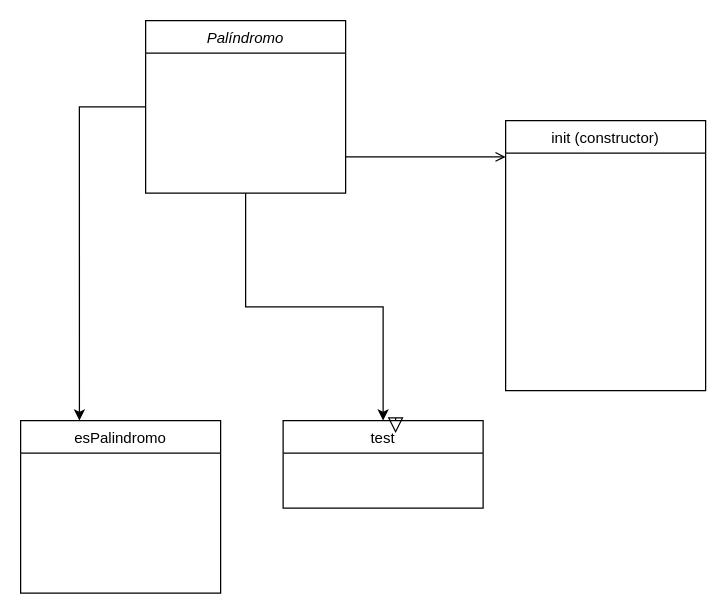
Before: Práctica_1/Diagrama sin título.drawio in Valdi183/Palindromo_python, a draw.io diagram. Source tidied: cells renumbered, new cells numbered last; positions are measured from the earlier drawing's top-left corner, leaving out a move shared by most shapes. Both pictures are drawn from the tidied source at 125%, with x=0, y=0 at pixel (20, 20).
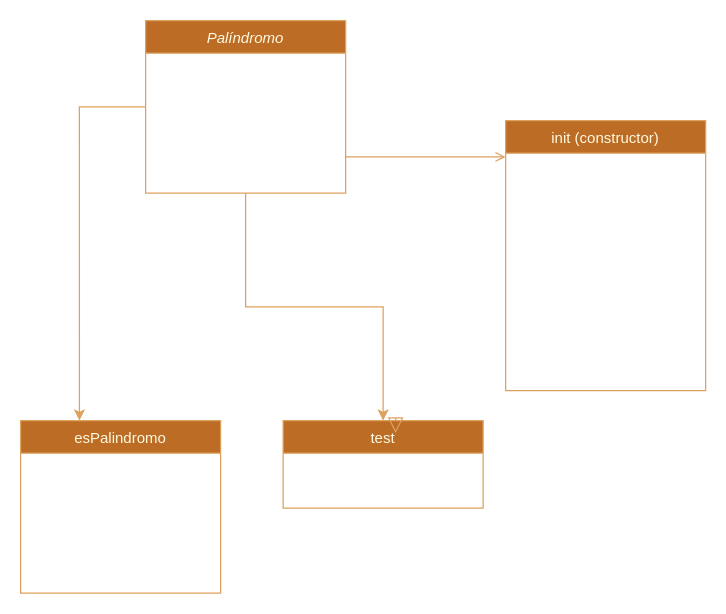
Above is the later version.

Commit message:
Actualizar Diagrama palindromo.drawio

The edit, as a diff of the source:
```diff
@@
 <mxGraphModel>
   <root>
     <mxCell id="0" />
     <mxCell id="1" parent="0" />
-    <mxCell id="2" style="edgeStyle=orthogonalEdgeStyle;rounded=0;jettySize=auto;html=1;" parent="1" edge="1" source="3" target="5">
+    <mxCell id="2" style="edgeStyle=orthogonalEdgeStyle;rounded=0;jettySize=auto;html=1;labelBackgroundColor=none;strokeColor=#DDA15E;fontColor=default;" parent="1" edge="1" source="3" target="5">
       <mxGeometry relative="1" as="geometry" />
     </mxCell>
-    <mxCell id="3" value="Palíndromo" style="swimlane;fontStyle=2;align=center;verticalAlign=top;horizontal=1;startSize=26;rounded=0;shadow=0;strokeWidth=1;" parent="1" vertex="1">
+    <mxCell id="3" value="Palíndromo" style="swimlane;fontStyle=2;align=center;verticalAlign=top;horizontal=1;startSize=26;rounded=0;shadow=0;strokeWidth=1;labelBackgroundColor=none;fillColor=#BC6C25;strokeColor=#DDA15E;fontColor=#FEFAE0;" parent="1" vertex="1">
       <mxGeometry x="100" width="160" height="138" as="geometry" />
     </mxCell>
-    <mxCell id="4" value="esPalindromo" style="swimlane;fontStyle=0;align=center;verticalAlign=top;horizontal=1;startSize=26;rounded=0;shadow=0;strokeWidth=1;" parent="1" vertex="1">
+    <mxCell id="4" value="esPalindromo" style="swimlane;fontStyle=0;align=center;verticalAlign=top;horizontal=1;startSize=26;rounded=0;shadow=0;strokeWidth=1;labelBackgroundColor=none;fillColor=#BC6C25;strokeColor=#DDA15E;fontColor=#FEFAE0;" parent="1" vertex="1">
       <mxGeometry y="320" width="160" height="138" as="geometry" />
     </mxCell>
-    <mxCell id="5" value="test" style="swimlane;fontStyle=0;align=center;verticalAlign=top;horizontal=1;startSize=26;rounded=0;shadow=0;strokeWidth=1;" parent="1" vertex="1">
+    <mxCell id="5" value="test" style="swimlane;fontStyle=0;align=center;verticalAlign=top;horizontal=1;startSize=26;rounded=0;shadow=0;strokeWidth=1;labelBackgroundColor=none;fillColor=#BC6C25;strokeColor=#DDA15E;fontColor=#FEFAE0;" parent="1" vertex="1">
       <mxGeometry x="210" y="320" width="160" height="70" as="geometry" />
     </mxCell>
-    <mxCell id="6" style="endArrow=block;endSize=10;endFill=0;shadow=0;strokeWidth=1;rounded=0;curved=0;edgeStyle=elbowEdgeStyle;elbow=vertical;" parent="1" edge="1" source="5">
+    <mxCell id="6" style="endArrow=block;endSize=10;endFill=0;shadow=0;strokeWidth=1;rounded=0;curved=0;edgeStyle=elbowEdgeStyle;elbow=vertical;labelBackgroundColor=none;strokeColor=#DDA15E;fontColor=default;" parent="1" edge="1" source="5">
       <mxGeometry relative="1" as="geometry">
         <mxPoint x="300" y="330" as="targetPoint" />
       </mxGeometry>
     </mxCell>
-    <mxCell id="7" value="init (constructor)" style="swimlane;fontStyle=0;align=center;verticalAlign=top;horizontal=1;startSize=26;rounded=0;shadow=0;strokeWidth=1;" parent="1" vertex="1">
+    <mxCell id="7" value="init (constructor)" style="swimlane;fontStyle=0;align=center;verticalAlign=top;horizontal=1;startSize=26;rounded=0;shadow=0;strokeWidth=1;labelBackgroundColor=none;fillColor=#BC6C25;strokeColor=#DDA15E;fontColor=#FEFAE0;" parent="1" vertex="1">
       <mxGeometry x="388" y="80" width="160" height="216" as="geometry" />
     </mxCell>
-    <mxCell id="8" style="endArrow=open;shadow=0;strokeWidth=1;rounded=0;curved=0;endFill=1;edgeStyle=elbowEdgeStyle;elbow=vertical;" parent="1" edge="1" source="3" target="7">
+    <mxCell id="8" style="endArrow=open;shadow=0;strokeWidth=1;rounded=0;curved=0;endFill=1;edgeStyle=elbowEdgeStyle;elbow=vertical;labelBackgroundColor=none;strokeColor=#DDA15E;fontColor=default;" parent="1" edge="1" source="3" target="7">
       <mxGeometry x="0.5" y="41" relative="1" as="geometry">
         <mxPoint x="-40" y="32" as="offset" />
       </mxGeometry>
     </mxCell>
-    <mxCell id="9" style="edgeStyle=orthogonalEdgeStyle;rounded=0;jettySize=auto;html=1;exitX=0;exitY=0.5;exitDx=0;exitDy=0;entryX=0.294;entryY=0;entryDx=0;entryDy=0;entryPerimeter=0;" parent="1" edge="1" source="3" target="4">
+    <mxCell id="9" style="edgeStyle=orthogonalEdgeStyle;rounded=0;jettySize=auto;html=1;exitX=0;exitY=0.5;exitDx=0;exitDy=0;entryX=0.294;entryY=0;entryDx=0;entryDy=0;entryPerimeter=0;labelBackgroundColor=none;strokeColor=#DDA15E;fontColor=default;" parent="1" edge="1" source="3" target="4">
       <mxGeometry relative="1" as="geometry" />
     </mxCell>
   </root>
 </mxGraphModel>
```
